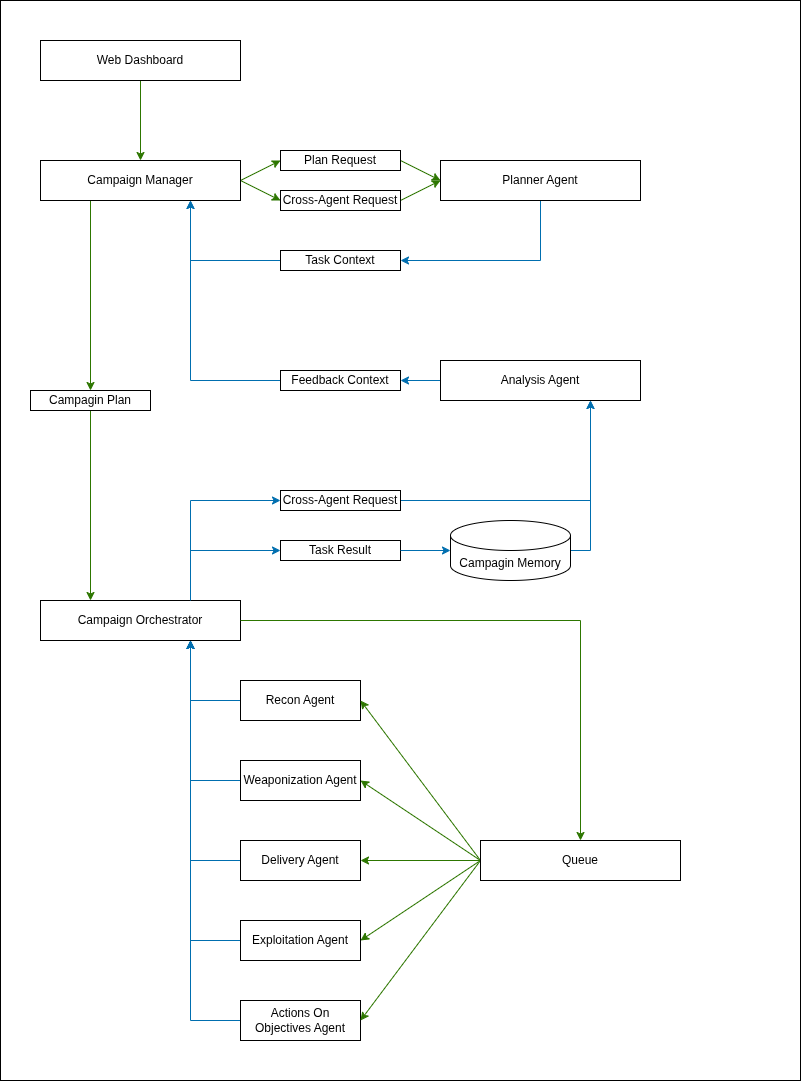
Before: rsrc/main_workflow.png, a diagram exported from draw.io (therustymate/ARES). Source tidied: cells renumbered, new cells last; positions are measured from the earlier drawing's top-left corner, leaving out a move shared by most shapes.
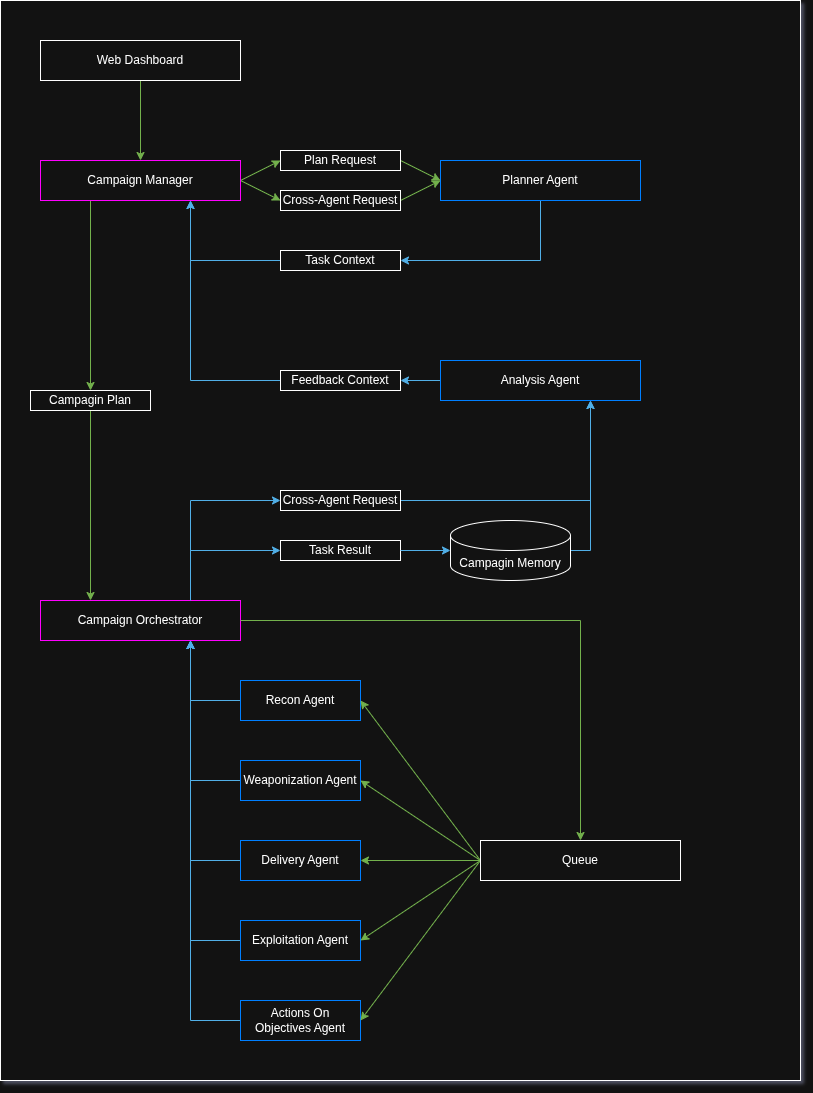
Above is the later version.

The edit, as a diff of the source:
```diff
@@ -20,7 +20,7 @@
     <mxCell id="7" style="edgeStyle=orthogonalEdgeStyle;rounded=0;jettySize=auto;html=1;exitX=0.25;exitY=1;exitDx=0;exitDy=0;entryX=0.5;entryY=0;entryDx=0;entryDy=0;fillColor=#60a917;strokeColor=#2D7600;" parent="1" edge="1" source="8" target="43">
       <mxGeometry relative="1" as="geometry" />
     </mxCell>
-    <mxCell id="8" value="Campaign Manager" style="rounded=0;whiteSpace=wrap;html=1;strokeColor=light-dark(#000000,#FF00FF);fillColor=light-dark(#FFFFFF,#FF00FF);fontColor=light-dark(#000000,#000000);" parent="1" vertex="1">
+    <mxCell id="8" value="Campaign Manager" style="rounded=0;whiteSpace=wrap;html=1;strokeColor=light-dark(#000000,#FF00FF);fillColor=none;fontColor=default;" parent="1" vertex="1">
       <mxGeometry x="40" y="160" width="200" height="40" as="geometry" />
     </mxCell>
     <mxCell id="9" style="rounded=0;jettySize=auto;html=1;exitX=1;exitY=0.5;exitDx=0;exitDy=0;entryX=0;entryY=0.5;entryDx=0;entryDy=0;fillColor=#60a917;strokeColor=#2D7600;" parent="1" edge="1" source="10" target="14">
@@ -38,7 +38,7 @@
     <mxCell id="13" style="edgeStyle=orthogonalEdgeStyle;rounded=0;jettySize=auto;html=1;exitX=0.5;exitY=1;exitDx=0;exitDy=0;entryX=1;entryY=0.5;entryDx=0;entryDy=0;fillColor=#1ba1e2;strokeColor=#006EAF;" parent="1" edge="1" source="14" target="16">
       <mxGeometry relative="1" as="geometry" />
     </mxCell>
-    <mxCell id="14" value="Planner Agent" style="rounded=0;whiteSpace=wrap;html=1;strokeColor=light-dark(#000000,#007FFF);fillColor=light-dark(#FFFFFF,#007FFF);" parent="1" vertex="1">
+    <mxCell id="14" value="Planner Agent" style="rounded=0;whiteSpace=wrap;html=1;strokeColor=light-dark(#000000,#007FFF);fillColor=default;" parent="1" vertex="1">
       <mxGeometry x="440" y="160" width="200" height="40" as="geometry" />
     </mxCell>
     <mxCell id="15" style="edgeStyle=orthogonalEdgeStyle;rounded=0;jettySize=auto;html=1;exitX=0;exitY=0.5;exitDx=0;exitDy=0;entryX=0.75;entryY=1;entryDx=0;entryDy=0;fillColor=#1ba1e2;strokeColor=#006EAF;" parent="1" edge="1" source="16" target="8">
@@ -50,7 +50,7 @@
     <mxCell id="17" style="edgeStyle=orthogonalEdgeStyle;rounded=0;jettySize=auto;html=1;exitX=0;exitY=0.5;exitDx=0;exitDy=0;entryX=1;entryY=0.5;entryDx=0;entryDy=0;fillColor=#1ba1e2;strokeColor=#006EAF;" parent="1" edge="1" source="18" target="20">
       <mxGeometry relative="1" as="geometry" />
     </mxCell>
-    <mxCell id="18" value="Analysis Agent" style="rounded=0;whiteSpace=wrap;html=1;strokeColor=light-dark(#000000,#007FFF);fillColor=light-dark(#FFFFFF,#007FFF);" parent="1" vertex="1">
+    <mxCell id="18" value="Analysis Agent" style="rounded=0;whiteSpace=wrap;html=1;strokeColor=light-dark(#000000,#007FFF);fillColor=default;" parent="1" vertex="1">
       <mxGeometry x="440" y="360" width="200" height="40" as="geometry" />
     </mxCell>
     <mxCell id="19" style="edgeStyle=orthogonalEdgeStyle;rounded=0;jettySize=auto;html=1;exitX=0;exitY=0.5;exitDx=0;exitDy=0;entryX=0.75;entryY=1;entryDx=0;entryDy=0;fillColor=#1ba1e2;strokeColor=#006EAF;" parent="1" edge="1" source="20" target="8">
@@ -62,37 +62,37 @@
     <mxCell id="21" style="edgeStyle=orthogonalEdgeStyle;rounded=0;jettySize=auto;html=1;exitX=0.75;exitY=0;exitDx=0;exitDy=0;entryX=0;entryY=0.5;entryDx=0;entryDy=0;fillColor=#1ba1e2;strokeColor=#006EAF;" parent="1" edge="1" source="22" target="41">
       <mxGeometry relative="1" as="geometry" />
     </mxCell>
-    <mxCell id="22" value="Campaign Orchestrator" style="rounded=0;whiteSpace=wrap;html=1;strokeColor=light-dark(#000000,#FF00FF);fillColor=light-dark(#FFFFFF,#FF00FF);fontColor=light-dark(#000000,#000000);" parent="1" vertex="1">
+    <mxCell id="22" value="Campaign Orchestrator" style="rounded=0;whiteSpace=wrap;html=1;strokeColor=light-dark(#000000,#FF00FF);fillColor=default;fontColor=default;" parent="1" vertex="1">
       <mxGeometry x="40" y="600" width="200" height="40" as="geometry" />
     </mxCell>
     <mxCell id="23" style="edgeStyle=orthogonalEdgeStyle;rounded=0;jettySize=auto;html=1;exitX=0;exitY=0.5;exitDx=0;exitDy=0;entryX=0.75;entryY=1;entryDx=0;entryDy=0;fillColor=#1ba1e2;strokeColor=#006EAF;" parent="1" edge="1" source="24" target="22">
       <mxGeometry relative="1" as="geometry" />
     </mxCell>
-    <mxCell id="24" value="Recon Agent" style="rounded=0;whiteSpace=wrap;html=1;strokeColor=light-dark(#000000,#007FFF);fillColor=light-dark(#FFFFFF,#007FFF);" parent="1" vertex="1">
+    <mxCell id="24" value="Recon Agent" style="rounded=0;whiteSpace=wrap;html=1;strokeColor=light-dark(#000000,#007FFF);fillColor=default;" parent="1" vertex="1">
       <mxGeometry x="240" y="680" width="120" height="40" as="geometry" />
     </mxCell>
     <mxCell id="25" style="edgeStyle=orthogonalEdgeStyle;rounded=0;jettySize=auto;html=1;exitX=0;exitY=0.5;exitDx=0;exitDy=0;entryX=0.75;entryY=1;entryDx=0;entryDy=0;fillColor=#1ba1e2;strokeColor=#006EAF;" parent="1" edge="1" source="26" target="22">
       <mxGeometry relative="1" as="geometry" />
     </mxCell>
-    <mxCell id="26" value="Weaponization Agent" style="rounded=0;whiteSpace=wrap;html=1;strokeColor=light-dark(#000000,#007FFF);fillColor=light-dark(#FFFFFF,#007FFF);" parent="1" vertex="1">
+    <mxCell id="26" value="Weaponization Agent" style="rounded=0;whiteSpace=wrap;html=1;strokeColor=light-dark(#000000,#007FFF);fillColor=default;" parent="1" vertex="1">
       <mxGeometry x="240" y="760" width="120" height="40" as="geometry" />
     </mxCell>
     <mxCell id="27" style="edgeStyle=orthogonalEdgeStyle;rounded=0;jettySize=auto;html=1;exitX=0;exitY=0.5;exitDx=0;exitDy=0;entryX=0.75;entryY=1;entryDx=0;entryDy=0;fillColor=#1ba1e2;strokeColor=#006EAF;" parent="1" edge="1" source="28" target="22">
       <mxGeometry relative="1" as="geometry" />
     </mxCell>
-    <mxCell id="28" value="Delivery Agent" style="rounded=0;whiteSpace=wrap;html=1;strokeColor=light-dark(#000000,#007FFF);fillColor=light-dark(#FFFFFF,#007FFF);" parent="1" vertex="1">
+    <mxCell id="28" value="Delivery Agent" style="rounded=0;whiteSpace=wrap;html=1;strokeColor=light-dark(#000000,#007FFF);fillColor=default;" parent="1" vertex="1">
       <mxGeometry x="240" y="840" width="120" height="40" as="geometry" />
     </mxCell>
     <mxCell id="29" style="edgeStyle=orthogonalEdgeStyle;rounded=0;jettySize=auto;html=1;exitX=0;exitY=0.5;exitDx=0;exitDy=0;entryX=0.75;entryY=1;entryDx=0;entryDy=0;fillColor=#1ba1e2;strokeColor=#006EAF;" parent="1" edge="1" source="30" target="22">
       <mxGeometry relative="1" as="geometry" />
     </mxCell>
-    <mxCell id="30" value="Exploitation Agent" style="rounded=0;whiteSpace=wrap;html=1;strokeColor=light-dark(#000000,#007FFF);fillColor=light-dark(#FFFFFF,#007FFF);" parent="1" vertex="1">
+    <mxCell id="30" value="Exploitation Agent" style="rounded=0;whiteSpace=wrap;html=1;strokeColor=light-dark(#000000,#007FFF);fillColor=default;" parent="1" vertex="1">
       <mxGeometry x="240" y="920" width="120" height="40" as="geometry" />
     </mxCell>
     <mxCell id="31" style="edgeStyle=orthogonalEdgeStyle;rounded=0;jettySize=auto;html=1;exitX=0;exitY=0.5;exitDx=0;exitDy=0;entryX=0.75;entryY=1;entryDx=0;entryDy=0;fillColor=#1ba1e2;strokeColor=#006EAF;" parent="1" edge="1" source="32" target="22">
       <mxGeometry relative="1" as="geometry" />
     </mxCell>
-    <mxCell id="32" value="Actions On Objectives Agent" style="rounded=0;whiteSpace=wrap;html=1;strokeColor=light-dark(#000000,#007FFF);fillColor=light-dark(#FFFFFF,#007FFF);" parent="1" vertex="1">
+    <mxCell id="32" value="Actions On Objectives Agent" style="rounded=0;whiteSpace=wrap;html=1;strokeColor=light-dark(#000000,#007FFF);fillColor=default;" parent="1" vertex="1">
       <mxGeometry x="240" y="1000" width="120" height="40" as="geometry" />
     </mxCell>
     <mxCell id="33" style="rounded=0;jettySize=auto;html=1;exitX=0;exitY=0.5;exitDx=0;exitDy=0;entryX=1;entryY=0.5;entryDx=0;entryDy=0;fillColor=#60a917;strokeColor=#2D7600;" parent="1" edge="1" source="38" target="24">
```
